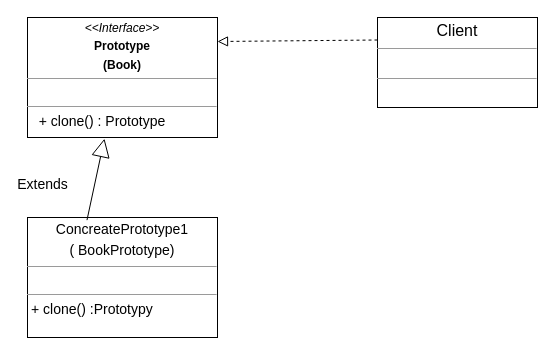
This is page "Page-1" (1 of 2) of creational/prototype/proto.drawio from MaksShadows/Patterns, a draw.io file, before an edit. Source tidied: cells renumbered, new cells numbered last; positions are measured from the earlier drawing's top-left corner, leaving out a move shared by most shapes. Both pictures are drawn from the tidied source at 100%, with x=0, y=0 at pixel (27, 17).
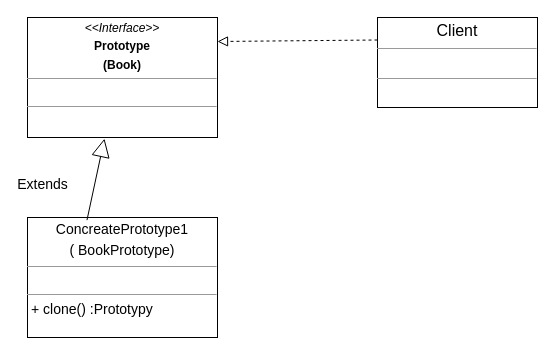
After the change.

Change to the diagram source:
```diff
@@
 <mxGraphModel>
   <root>
     <mxCell id="0" />
     <mxCell id="1" parent="0" />
-    <mxCell id="2" value="&lt;p style=&quot;margin: 4px 0px 0px ; text-align: center&quot;&gt;&lt;i&gt;&amp;lt;&amp;lt;Interface&amp;gt;&amp;gt;&lt;/i&gt;&lt;/p&gt;&lt;p style=&quot;margin: 0px ; margin-top: 4px ; text-align: center&quot;&gt;&lt;b&gt;Prototype&lt;/b&gt;&lt;/p&gt;&lt;p style=&quot;margin: 0px ; margin-top: 4px ; text-align: center&quot;&gt;&lt;b&gt;(Book)&lt;/b&gt;&lt;/p&gt;&lt;hr size=&quot;1&quot;&gt;&lt;p style=&quot;margin: 0px ; margin-left: 4px&quot;&gt;&lt;br&gt;&lt;/p&gt;&lt;hr size=&quot;1&quot;&gt;&lt;p style=&quot;text-align: justify ; margin: 0px 0px 0px 4px&quot;&gt;&lt;font style=&quot;font-size: 14px&quot;&gt;&amp;nbsp; + clone() : Prototype&lt;/font&gt;&lt;/p&gt;" style="verticalAlign=top;align=left;overflow=fill;fontSize=12;fontFamily=Helvetica;html=1;" parent="1" vertex="1">
+    <mxCell id="2" value="&lt;p style=&quot;margin: 4px 0px 0px ; text-align: center&quot;&gt;&lt;i&gt;&amp;lt;&amp;lt;Interface&amp;gt;&amp;gt;&lt;/i&gt;&lt;/p&gt;&lt;p style=&quot;margin: 0px ; margin-top: 4px ; text-align: center&quot;&gt;&lt;b&gt;Prototype&lt;/b&gt;&lt;/p&gt;&lt;p style=&quot;margin: 0px ; margin-top: 4px ; text-align: center&quot;&gt;&lt;b&gt;(Book)&lt;/b&gt;&lt;/p&gt;&lt;hr size=&quot;1&quot;&gt;&lt;p style=&quot;margin: 0px ; margin-left: 4px&quot;&gt;&lt;br&gt;&lt;/p&gt;&lt;hr size=&quot;1&quot;&gt;&lt;p style=&quot;text-align: justify ; margin: 0px 0px 0px 4px&quot;&gt;&lt;br&gt;&lt;/p&gt;" style="verticalAlign=top;align=left;overflow=fill;fontSize=12;fontFamily=Helvetica;html=1;" parent="1" vertex="1">
       <mxGeometry width="190" height="120" as="geometry" />
     </mxCell>
     <mxCell id="3" value="&lt;p style=&quot;text-align: center ; margin: 4px 0px 0px ; font-size: 14px&quot;&gt;&lt;font style=&quot;font-size: 14px&quot;&gt;ConcreatePrototype1&lt;/font&gt;&lt;/p&gt;&lt;p style=&quot;text-align: center ; margin: 4px 0px 0px ; font-size: 14px&quot;&gt;&lt;font style=&quot;font-size: 14px&quot;&gt;(&amp;nbsp;BookPrototype)&lt;/font&gt;&lt;/p&gt;&lt;hr size=&quot;1&quot; style=&quot;text-align: justify ; font-size: 14px&quot;&gt;&lt;p style=&quot;text-align: justify ; margin: 0px 0px 0px 4px&quot;&gt;&lt;br&gt;&lt;/p&gt;&lt;hr size=&quot;1&quot; style=&quot;text-align: justify&quot;&gt;&lt;p style=&quot;text-align: justify ; margin: 0px 0px 0px 4px&quot;&gt;&lt;font style=&quot;font-size: 14px&quot;&gt;+ clone() :Prototypy&lt;/font&gt;&lt;/p&gt;&lt;div&gt;&lt;br&gt;&lt;/div&gt;" style="verticalAlign=top;align=left;overflow=fill;fontSize=12;fontFamily=Helvetica;html=1;" parent="1" vertex="1">
       <mxGeometry y="200" width="190" height="120" as="geometry" />
     </mxCell>
     <mxCell id="4" value="&lt;p style=&quot;text-align: center ; margin: 4px 0px 0px ; font-size: 16px&quot;&gt;&lt;font style=&quot;font-size: 16px&quot;&gt;Client&lt;/font&gt;&lt;/p&gt;&lt;hr size=&quot;1&quot; style=&quot;text-align: justify ; font-size: 16px&quot;&gt;&lt;p style=&quot;text-align: justify ; margin: 0px 0px 0px 4px&quot;&gt;&lt;br&gt;&lt;/p&gt;&lt;hr size=&quot;1&quot; style=&quot;text-align: justify&quot;&gt;&lt;p style=&quot;text-align: justify ; margin: 0px 0px 0px 4px&quot;&gt;&lt;br&gt;&lt;/p&gt;" style="verticalAlign=top;align=left;overflow=fill;fontSize=12;fontFamily=Helvetica;html=1;" parent="1" vertex="1">
       <mxGeometry x="350" width="160" height="90" as="geometry" />
     </mxCell>
     <mxCell id="5" value="Extends" style="endArrow=block;endSize=16;endFill=0;html=1;fontSize=14;entryX=0.405;entryY=1.01;entryDx=0;entryDy=0;entryPerimeter=0;exitX=0.313;exitY=0.022;exitDx=0;exitDy=0;exitPerimeter=0;" parent="1" edge="1" source="3" target="2">
       <mxGeometry x="-0.4" y="51" relative="1" as="geometry" />
     </mxCell>
     <mxCell id="6" style="endArrow=block;startArrow=none;endFill=0;startFill=0;endSize=8;html=1;verticalAlign=bottom;dashed=1;labelBackgroundColor=none;exitX=0;exitY=0.25;exitDx=0;exitDy=0;entryX=1;entryY=0.2;entryDx=0;entryDy=0;entryPerimeter=0;" parent="1" edge="1" source="4" target="2">
       <mxGeometry relative="1" as="geometry" />
     </mxCell>
   </root>
 </mxGraphModel>
```
